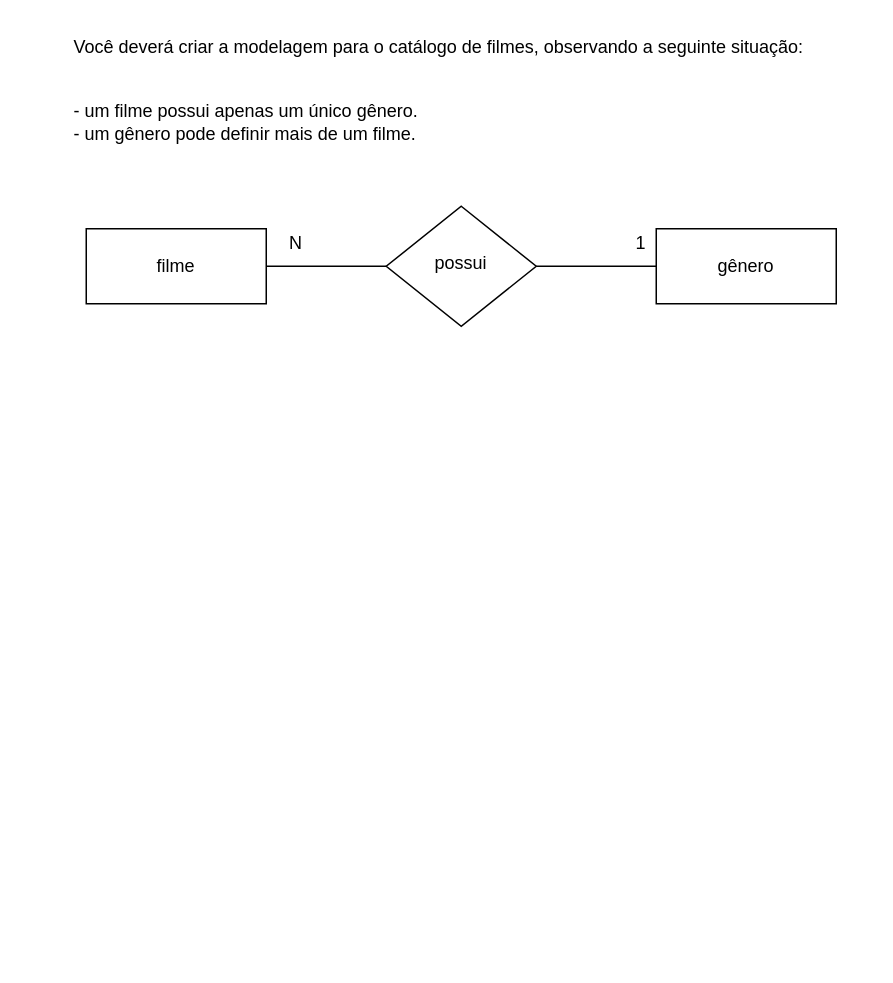
Before: exercicio_1_0/filmes.drawio in Marqzzs/senai_sprint1_bd, a draw.io diagram. Source tidied: cells renumbered, new cells numbered last; positions are measured from the earlier drawing's top-left corner, leaving out a move shared by most shapes. Both pictures are drawn from the tidied source at 150%, with x=0, y=0 at pixel (70, 26).
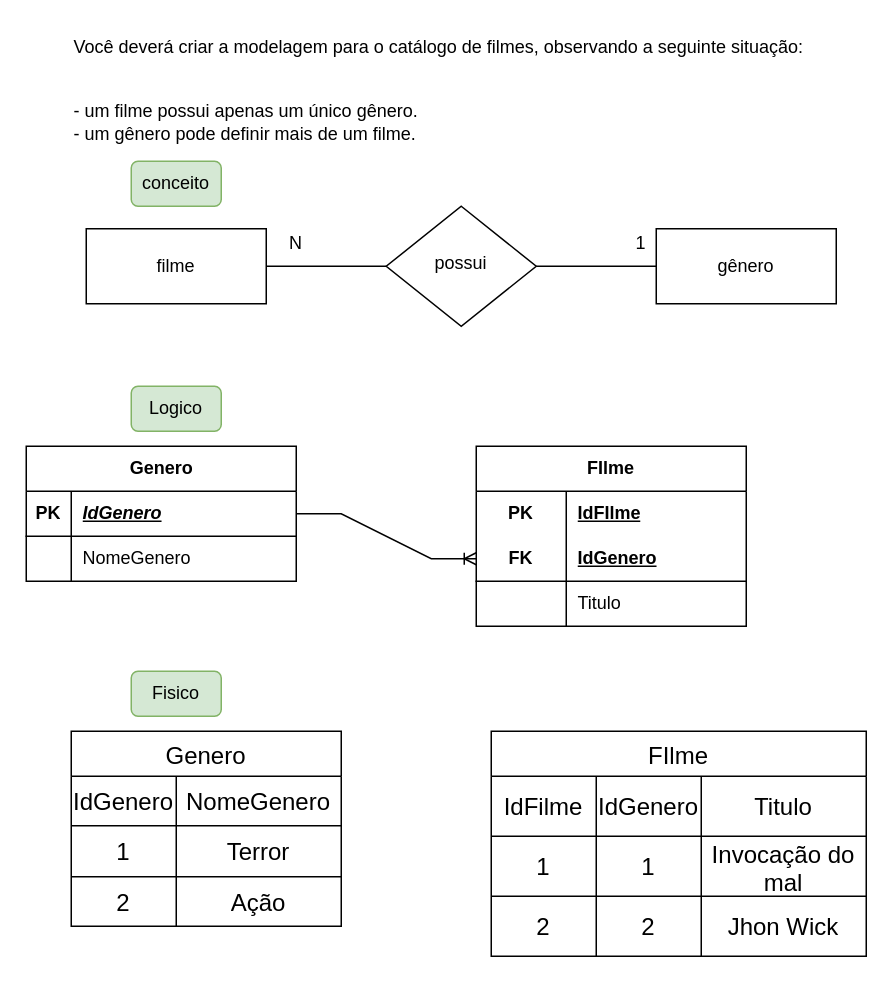
The same page after the edit.

Change to the diagram source:
```diff
@@
+    <mxCell id="10" value="conceito" style="rounded=1;whiteSpace=wrap;html=1;fillColor=#d5e8d4;strokeColor=#82b366;" parent="1" vertex="1">
+      <mxGeometry x="40" y="90" width="60" height="30" as="geometry" />
+    </mxCell>
+    <mxCell id="11" value="FIlme" style="shape=table;startSize=30;childLayout=tableLayout;rowLines=0;fontStyle=1;align=center;html=1;whiteSpace=wrap;" parent="1" vertex="1">
+      <mxGeometry x="270" y="280" width="180" height="120" as="geometry" />
+    </mxCell>
+    <mxCell id="12" style="shape=tableRow;horizontal=0;startSize=0;swimlaneHead=0;swimlaneBody=0;fillColor=none;top=0;left=0;right=0;bottom=0;html=1;" parent="11" vertex="1">
+      <mxGeometry y="30" width="180" height="30" as="geometry" />
+    </mxCell>
+    <mxCell id="13" value="PK" style="shape=partialRectangle;fillColor=none;top=0;left=0;bottom=0;right=0;fontStyle=1;overflow=hidden;html=1;whiteSpace=wrap;" parent="12" vertex="1">
+      <mxGeometry width="60" height="30" as="geometry" />
+    </mxCell>
+    <mxCell id="14" value="IdFIlme" style="shape=partialRectangle;fillColor=none;top=0;left=0;bottom=0;right=0;align=left;spacingLeft=6;fontStyle=5;overflow=hidden;html=1;whiteSpace=wrap;" parent="12" vertex="1">
+      <mxGeometry x="60" width="120" height="30" as="geometry" />
+    </mxCell>
+    <mxCell id="15" style="shape=tableRow;horizontal=0;startSize=0;swimlaneHead=0;swimlaneBody=0;fillColor=none;points=[[0,0.5],[1,0.5]];portConstraint=eastwest;top=0;left=0;right=0;bottom=1;html=1;" parent="11" vertex="1">
+      <mxGeometry y="60" width="180" height="30" as="geometry" />
+    </mxCell>
+    <mxCell id="16" value="FK" style="shape=partialRectangle;fillColor=none;top=0;left=0;bottom=0;right=0;fontStyle=1;overflow=hidden;html=1;whiteSpace=wrap;" parent="15" vertex="1">
+      <mxGeometry width="60" height="30" as="geometry" />
+    </mxCell>
+    <mxCell id="17" value="IdGenero" style="shape=partialRectangle;fillColor=none;top=0;left=0;bottom=0;right=0;align=left;spacingLeft=6;fontStyle=5;overflow=hidden;html=1;whiteSpace=wrap;" parent="15" vertex="1">
+      <mxGeometry x="60" width="120" height="30" as="geometry" />
+    </mxCell>
+    <mxCell id="18" style="shape=tableRow;horizontal=0;startSize=0;swimlaneHead=0;swimlaneBody=0;fillColor=none;top=0;left=0;right=0;bottom=0;html=1;" parent="11" vertex="1">
+      <mxGeometry y="90" width="180" height="30" as="geometry" />
+    </mxCell>
+    <mxCell id="19" style="shape=partialRectangle;fillColor=none;top=0;left=0;bottom=0;right=0;overflow=hidden;html=1;whiteSpace=wrap;" parent="18" vertex="1">
+      <mxGeometry width="60" height="30" as="geometry" />
+    </mxCell>
+    <mxCell id="20" value="Titulo" style="shape=partialRectangle;fillColor=none;top=0;left=0;bottom=0;right=0;align=left;spacingLeft=6;overflow=hidden;html=1;whiteSpace=wrap;" parent="18" vertex="1">
+      <mxGeometry x="60" width="120" height="30" as="geometry" />
+    </mxCell>
+    <mxCell id="21" value="Genero" style="shape=table;startSize=30;childLayout=tableLayout;rowLines=0;fontStyle=1;align=center;html=1;" parent="1" vertex="1">
+      <mxGeometry x="-30" y="280" width="180" height="90" as="geometry" />
+    </mxCell>
+    <mxCell id="22" style="shape=tableRow;horizontal=0;startSize=0;swimlaneHead=0;swimlaneBody=0;fillColor=none;points=[[0,0.5],[1,0.5]];portConstraint=eastwest;top=0;left=0;right=0;bottom=1;" parent="21" vertex="1">
+      <mxGeometry y="30" width="180" height="30" as="geometry" />
+    </mxCell>
+    <mxCell id="23" value="PK" style="shape=partialRectangle;fillColor=none;top=0;left=0;bottom=0;right=0;fontStyle=1;overflow=hidden;whiteSpace=wrap;html=1;" parent="22" vertex="1">
+      <mxGeometry width="30" height="30" as="geometry" />
+    </mxCell>
+    <mxCell id="24" value="&lt;i&gt;IdGenero&lt;/i&gt;" style="shape=partialRectangle;fillColor=none;top=0;left=0;bottom=0;right=0;align=left;spacingLeft=6;fontStyle=5;overflow=hidden;whiteSpace=wrap;html=1;" parent="22" vertex="1">
+      <mxGeometry x="30" width="150" height="30" as="geometry" />
+    </mxCell>
+    <mxCell id="25" style="shape=tableRow;horizontal=0;startSize=0;swimlaneHead=0;swimlaneBody=0;fillColor=none;top=0;left=0;right=0;bottom=0;" parent="21" vertex="1">
+      <mxGeometry y="60" width="180" height="30" as="geometry" />
+    </mxCell>
+    <mxCell id="26" style="shape=partialRectangle;fillColor=none;top=0;left=0;bottom=0;right=0;overflow=hidden;whiteSpace=wrap;html=1;" parent="25" vertex="1">
+      <mxGeometry width="30" height="30" as="geometry" />
+    </mxCell>
+    <mxCell id="27" value="NomeGenero" style="shape=partialRectangle;fillColor=none;top=0;left=0;bottom=0;right=0;align=left;spacingLeft=6;overflow=hidden;whiteSpace=wrap;html=1;" parent="25" vertex="1">
+      <mxGeometry x="30" width="150" height="30" as="geometry" />
+    </mxCell>
+    <mxCell id="28" style="edgeStyle=entityRelationEdgeStyle;fontSize=12;html=1;endArrow=ERoneToMany;rounded=0;entryX=0;entryY=0.5;entryDx=0;entryDy=0;exitX=1;exitY=0.5;exitDx=0;exitDy=0;" parent="1" edge="1" source="22" target="15">
+      <mxGeometry relative="1" as="geometry" />
+    </mxCell>
+    <mxCell id="29" value="Logico" style="rounded=1;whiteSpace=wrap;html=1;fillColor=#d5e8d4;strokeColor=#82b366;" parent="1" vertex="1">
+      <mxGeometry x="40" y="240" width="60" height="30" as="geometry" />
+    </mxCell>
+    <mxCell id="30" value="Genero" style="shape=table;startSize=30;childLayout=tableLayout;strokeColor=default;fontSize=16;" parent="1" vertex="1">
+      <mxGeometry y="470" width="180" height="130" as="geometry" />
+    </mxCell>
+    <mxCell id="31" style="shape=tableRow;horizontal=0;startSize=0;swimlaneHead=0;swimlaneBody=0;strokeColor=inherit;top=0;left=0;bottom=0;right=0;fillColor=none;fontSize=16;" parent="30" vertex="1">
+      <mxGeometry y="30" width="180" height="33" as="geometry" />
+    </mxCell>
+    <mxCell id="32" value="IdGenero" style="shape=partialRectangle;html=1;whiteSpace=wrap;strokeColor=inherit;overflow=hidden;fillColor=none;top=0;left=0;bottom=0;right=0;fontSize=16;" parent="31" vertex="1">
+      <mxGeometry width="70" height="33" as="geometry" />
+    </mxCell>
+    <mxCell id="33" value="NomeGenero" style="shape=partialRectangle;html=1;whiteSpace=wrap;strokeColor=inherit;overflow=hidden;fillColor=none;top=0;left=0;bottom=0;right=0;fontSize=16;" parent="31" vertex="1">
+      <mxGeometry x="70" width="110" height="33" as="geometry" />
+    </mxCell>
+    <mxCell id="34" style="shape=tableRow;horizontal=0;startSize=0;swimlaneHead=0;swimlaneBody=0;strokeColor=inherit;top=0;left=0;bottom=0;right=0;fillColor=none;fontSize=16;" parent="30" vertex="1">
+      <mxGeometry y="63" width="180" height="34" as="geometry" />
+    </mxCell>
+    <mxCell id="35" value="1" style="shape=partialRectangle;html=1;whiteSpace=wrap;strokeColor=inherit;overflow=hidden;fillColor=none;top=0;left=0;bottom=0;right=0;fontSize=16;" parent="34" vertex="1">
+      <mxGeometry width="70" height="34" as="geometry" />
+    </mxCell>
+    <mxCell id="36" value="Terror" style="shape=partialRectangle;html=1;whiteSpace=wrap;strokeColor=inherit;overflow=hidden;fillColor=none;top=0;left=0;bottom=0;right=0;fontSize=16;" parent="34" vertex="1">
+      <mxGeometry x="70" width="110" height="34" as="geometry" />
+    </mxCell>
+    <mxCell id="37" style="shape=tableRow;horizontal=0;startSize=0;swimlaneHead=0;swimlaneBody=0;strokeColor=inherit;top=0;left=0;bottom=0;right=0;fillColor=none;fontSize=16;" parent="30" vertex="1">
+      <mxGeometry y="97" width="180" height="33" as="geometry" />
+    </mxCell>
+    <mxCell id="38" value="2" style="shape=partialRectangle;html=1;whiteSpace=wrap;strokeColor=inherit;overflow=hidden;fillColor=none;top=0;left=0;bottom=0;right=0;fontSize=16;" parent="37" vertex="1">
+      <mxGeometry width="70" height="33" as="geometry" />
+    </mxCell>
+    <mxCell id="39" value="Ação" style="shape=partialRectangle;html=1;whiteSpace=wrap;strokeColor=inherit;overflow=hidden;fillColor=none;top=0;left=0;bottom=0;right=0;fontSize=16;" parent="37" vertex="1">
+      <mxGeometry x="70" width="110" height="33" as="geometry" />
+    </mxCell>
+    <mxCell id="40" value="FIlme" style="shape=table;startSize=30;childLayout=tableLayout;strokeColor=default;fontSize=16;" parent="1" vertex="1">
+      <mxGeometry x="280" y="470" width="250" height="150" as="geometry" />
+    </mxCell>
+    <mxCell id="41" style="shape=tableRow;horizontal=0;startSize=0;swimlaneHead=0;swimlaneBody=0;strokeColor=inherit;top=0;left=0;bottom=0;right=0;fillColor=none;fontSize=16;" parent="40" vertex="1">
+      <mxGeometry y="30" width="250" height="40" as="geometry" />
+    </mxCell>
+    <mxCell id="42" value="IdFilme" style="shape=partialRectangle;html=1;whiteSpace=wrap;strokeColor=inherit;overflow=hidden;fillColor=none;top=0;left=0;bottom=0;right=0;fontSize=16;" parent="41" vertex="1">
+      <mxGeometry width="70" height="40" as="geometry" />
+    </mxCell>
+    <mxCell id="43" value="IdGenero" style="shape=partialRectangle;html=1;whiteSpace=wrap;strokeColor=inherit;overflow=hidden;fillColor=none;top=0;left=0;bottom=0;right=0;fontSize=16;" parent="41" vertex="1">
+      <mxGeometry x="70" width="70" height="40" as="geometry" />
+    </mxCell>
+    <mxCell id="44" value="Titulo" style="shape=partialRectangle;html=1;whiteSpace=wrap;strokeColor=inherit;overflow=hidden;fillColor=none;top=0;left=0;bottom=0;right=0;fontSize=16;" parent="41" vertex="1">
+      <mxGeometry x="140" width="110" height="40" as="geometry" />
+    </mxCell>
+    <mxCell id="45" style="shape=tableRow;horizontal=0;startSize=0;swimlaneHead=0;swimlaneBody=0;strokeColor=inherit;top=0;left=0;bottom=0;right=0;fillColor=none;fontSize=16;" parent="40" vertex="1">
+      <mxGeometry y="70" width="250" height="40" as="geometry" />
+    </mxCell>
+    <mxCell id="46" value="1" style="shape=partialRectangle;html=1;whiteSpace=wrap;strokeColor=inherit;overflow=hidden;fillColor=none;top=0;left=0;bottom=0;right=0;fontSize=16;" parent="45" vertex="1">
+      <mxGeometry width="70" height="40" as="geometry" />
+    </mxCell>
+    <mxCell id="47" value="1" style="shape=partialRectangle;html=1;whiteSpace=wrap;strokeColor=inherit;overflow=hidden;fillColor=none;top=0;left=0;bottom=0;right=0;fontSize=16;" parent="45" vertex="1">
+      <mxGeometry x="70" width="70" height="40" as="geometry" />
+    </mxCell>
+    <mxCell id="48" value="Invocação do mal" style="shape=partialRectangle;html=1;whiteSpace=wrap;strokeColor=inherit;overflow=hidden;fillColor=none;top=0;left=0;bottom=0;right=0;fontSize=16;" parent="45" vertex="1">
+      <mxGeometry x="140" width="110" height="40" as="geometry" />
+    </mxCell>
+    <mxCell id="49" style="shape=tableRow;horizontal=0;startSize=0;swimlaneHead=0;swimlaneBody=0;strokeColor=inherit;top=0;left=0;bottom=0;right=0;fillColor=none;fontSize=16;" parent="40" vertex="1">
+      <mxGeometry y="110" width="250" height="40" as="geometry" />
+    </mxCell>
+    <mxCell id="50" value="2" style="shape=partialRectangle;html=1;whiteSpace=wrap;strokeColor=inherit;overflow=hidden;fillColor=none;top=0;left=0;bottom=0;right=0;fontSize=16;" parent="49" vertex="1">
+      <mxGeometry width="70" height="40" as="geometry" />
+    </mxCell>
+    <mxCell id="51" value="2" style="shape=partialRectangle;html=1;whiteSpace=wrap;strokeColor=inherit;overflow=hidden;fillColor=none;top=0;left=0;bottom=0;right=0;fontSize=16;" parent="49" vertex="1">
+      <mxGeometry x="70" width="70" height="40" as="geometry" />
+    </mxCell>
+    <mxCell id="52" value="Jhon Wick" style="shape=partialRectangle;html=1;whiteSpace=wrap;strokeColor=inherit;overflow=hidden;fillColor=none;top=0;left=0;bottom=0;right=0;fontSize=16;" parent="49" vertex="1">
+      <mxGeometry x="140" width="110" height="40" as="geometry" />
+    </mxCell>
+    <mxCell id="53" value="Fisico" style="rounded=1;whiteSpace=wrap;html=1;fillColor=#d5e8d4;strokeColor=#82b366;" parent="1" vertex="1">
+      <mxGeometry x="40" y="430" width="60" height="30" as="geometry" />
+    </mxCell>
```
